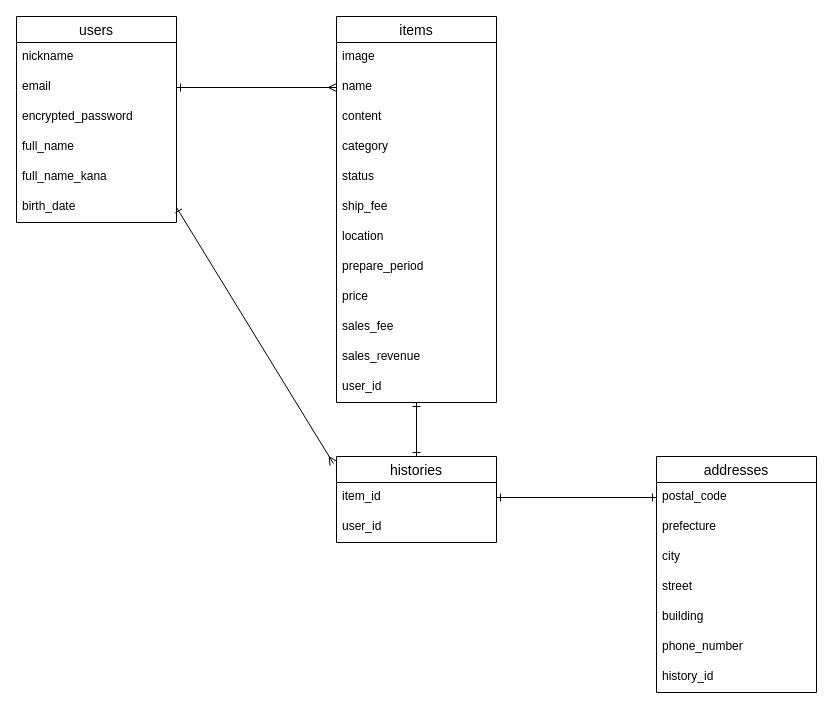
Earlier version of the draw.io diagram ER.dio (NaokiKojimaJapan/furima-40284). Source tidied: cells renumbered, new cells numbered last; positions are measured from the earlier drawing's top-left corner, leaving out a move shared by most shapes. Both pictures are drawn from the tidied source at 100%, with x=0, y=0 at pixel (16, 16).
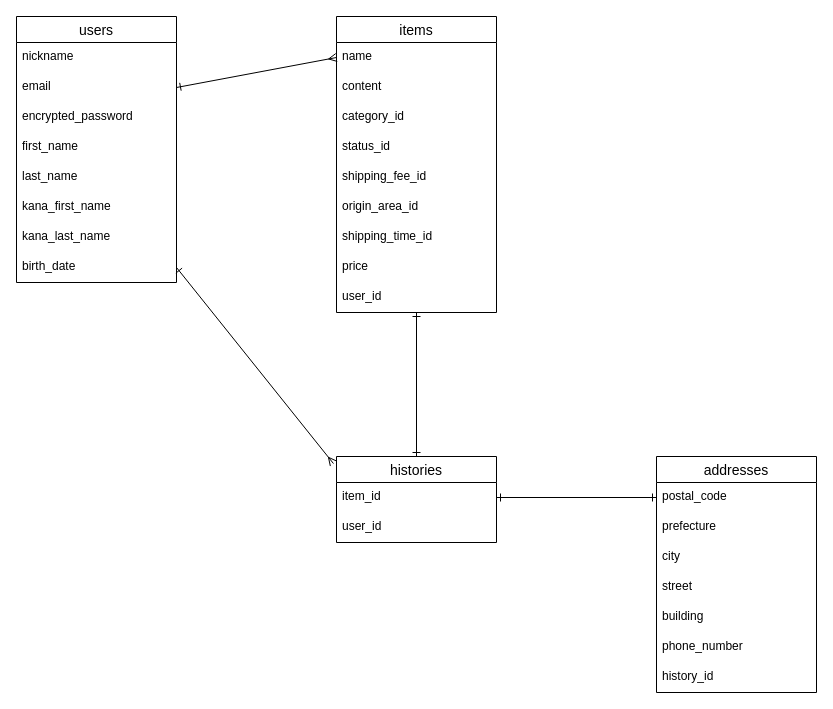
Above is the later version.

Commit message (it also covers changes not shown here):
データベース設計#2

Diff of the diagram source:
```diff
@@
     <mxCell id="2" value="users" style="swimlane;fontStyle=0;horizontal=1;startSize=26;align=center;fontSize=14;" parent="1" vertex="1">
-      <mxGeometry width="160" height="206" as="geometry" />
+      <mxGeometry width="160" height="266" as="geometry" />
     </mxCell>
@@
-    <mxCell id="6" value="full_name" style="text;strokeColor=none;fillColor=none;spacingLeft=4;spacingRight=4;overflow=hidden;fontSize=12;" parent="2" vertex="1">
+    <mxCell id="6" value="first_name" style="text;strokeColor=none;fillColor=none;spacingLeft=4;spacingRight=4;overflow=hidden;fontSize=12;" parent="2" vertex="1">
       <mxGeometry y="116" width="160" height="30" as="geometry" />
     </mxCell>
-    <mxCell id="7" value="full_name_kana" style="text;strokeColor=none;fillColor=none;spacingLeft=4;spacingRight=4;overflow=hidden;fontSize=12;" parent="2" vertex="1">
-      <mxGeometry y="146" width="160" height="30" as="geometry" />
-    </mxCell>
+    <mxCell id="37" value="last_name" style="text;strokeColor=none;fillColor=none;spacingLeft=4;spacingRight=4;overflow=hidden;fontSize=12;" parent="2" vertex="1">
+      <mxGeometry y="146" width="160" height="30" as="geometry" />
+    </mxCell>
+    <mxCell id="38" value="kana_first_name" style="text;strokeColor=none;fillColor=none;spacingLeft=4;spacingRight=4;overflow=hidden;fontSize=12;" parent="2" vertex="1">
+      <mxGeometry y="176" width="160" height="30" as="geometry" />
+    </mxCell>
+    <mxCell id="39" value="kana_last_name" style="text;strokeColor=none;fillColor=none;spacingLeft=4;spacingRight=4;overflow=hidden;fontSize=12;" parent="2" vertex="1">
+      <mxGeometry y="206" width="160" height="30" as="geometry" />
+    </mxCell>
     <mxCell id="8" value="birth_date" style="text;strokeColor=none;fillColor=none;spacingLeft=4;spacingRight=4;overflow=hidden;points=[[0,0.5],[1,0.5]];portConstraint=eastwest;fontSize=12;" parent="2" vertex="1">
-      <mxGeometry y="176" width="160" height="30" as="geometry" />
+      <mxGeometry y="236" width="160" height="30" as="geometry" />
     </mxCell>
@@
     <mxCell id="17" value="items" style="swimlane;fontStyle=0;horizontal=1;startSize=26;align=center;fontSize=14;" parent="1" vertex="1">
-      <mxGeometry x="320" width="160" height="386" as="geometry" />
+      <mxGeometry x="320" width="160" height="296" as="geometry" />
     </mxCell>
-    <mxCell id="18" value="image" style="text;strokeColor=none;fillColor=none;spacingLeft=4;spacingRight=4;overflow=hidden;fontSize=12;" parent="17" vertex="1">
-      <mxGeometry y="26" width="160" height="30" as="geometry" />
-    </mxCell>
     <mxCell id="19" value="name" style="text;strokeColor=none;fillColor=none;spacingLeft=4;spacingRight=4;overflow=hidden;points=[[0,0.5],[1,0.5]];portConstraint=eastwest;fontSize=12;" parent="17" vertex="1">
-      <mxGeometry y="56" width="160" height="30" as="geometry" />
+      <mxGeometry y="26" width="160" height="30" as="geometry" />
     </mxCell>
     <mxCell id="20" value="content" style="text;strokeColor=none;fillColor=none;spacingLeft=4;spacingRight=4;overflow=hidden;fontSize=12;" parent="17" vertex="1">
-      <mxGeometry y="86" width="160" height="30" as="geometry" />
+      <mxGeometry y="56" width="160" height="30" as="geometry" />
     </mxCell>
-    <mxCell id="21" value="category" style="text;strokeColor=none;fillColor=none;spacingLeft=4;spacingRight=4;overflow=hidden;fontSize=12;" parent="17" vertex="1">
-      <mxGeometry y="116" width="160" height="30" as="geometry" />
+    <mxCell id="21" value="category_id" style="text;strokeColor=none;fillColor=none;spacingLeft=4;spacingRight=4;overflow=hidden;fontSize=12;" parent="17" vertex="1">
+      <mxGeometry y="86" width="160" height="30" as="geometry" />
     </mxCell>
-    <mxCell id="22" value="status" style="text;strokeColor=none;fillColor=none;spacingLeft=4;spacingRight=4;overflow=hidden;fontSize=12;" parent="17" vertex="1">
-      <mxGeometry y="146" width="160" height="30" as="geometry" />
+    <mxCell id="22" value="status_id" style="text;strokeColor=none;fillColor=none;spacingLeft=4;spacingRight=4;overflow=hidden;fontSize=12;" parent="17" vertex="1">
+      <mxGeometry y="116" width="160" height="30" as="geometry" />
     </mxCell>
-    <mxCell id="23" value="ship_fee" style="text;strokeColor=none;fillColor=none;spacingLeft=4;spacingRight=4;overflow=hidden;fontSize=12;" parent="17" vertex="1">
-      <mxGeometry y="176" width="160" height="30" as="geometry" />
+    <mxCell id="23" value="shipping_fee_id" style="text;strokeColor=none;fillColor=none;spacingLeft=4;spacingRight=4;overflow=hidden;fontSize=12;" parent="17" vertex="1">
+      <mxGeometry y="146" width="160" height="30" as="geometry" />
     </mxCell>
-    <mxCell id="24" value="location" style="text;strokeColor=none;fillColor=none;spacingLeft=4;spacingRight=4;overflow=hidden;fontSize=12;" parent="17" vertex="1">
-      <mxGeometry y="206" width="160" height="30" as="geometry" />
+    <mxCell id="24" value="origin_area_id" style="text;strokeColor=none;fillColor=none;spacingLeft=4;spacingRight=4;overflow=hidden;fontSize=12;" parent="17" vertex="1">
+      <mxGeometry y="176" width="160" height="30" as="geometry" />
     </mxCell>
-    <mxCell id="25" value="prepare_period" style="text;strokeColor=none;fillColor=none;spacingLeft=4;spacingRight=4;overflow=hidden;fontSize=12;" parent="17" vertex="1">
-      <mxGeometry y="236" width="160" height="30" as="geometry" />
+    <mxCell id="25" value="shipping_time_id" style="text;strokeColor=none;fillColor=none;spacingLeft=4;spacingRight=4;overflow=hidden;fontSize=12;" parent="17" vertex="1">
+      <mxGeometry y="206" width="160" height="30" as="geometry" />
     </mxCell>
     <mxCell id="26" value="price" style="text;strokeColor=none;fillColor=none;spacingLeft=4;spacingRight=4;overflow=hidden;fontSize=12;" parent="17" vertex="1">
-      <mxGeometry y="266" width="160" height="30" as="geometry" />
+      <mxGeometry y="236" width="160" height="30" as="geometry" />
     </mxCell>
-    <mxCell id="27" value="sales_fee" style="text;strokeColor=none;fillColor=none;spacingLeft=4;spacingRight=4;overflow=hidden;fontSize=12;" parent="17" vertex="1">
-      <mxGeometry y="296" width="160" height="30" as="geometry" />
-    </mxCell>
-    <mxCell id="28" value="sales_revenue" style="text;strokeColor=none;fillColor=none;spacingLeft=4;spacingRight=4;overflow=hidden;fontSize=12;" parent="17" vertex="1">
-      <mxGeometry y="326" width="160" height="30" as="geometry" />
-    </mxCell>
     <mxCell id="29" value="user_id" style="text;strokeColor=none;fillColor=none;spacingLeft=4;spacingRight=4;overflow=hidden;points=[[0,0.5],[1,0.5]];portConstraint=eastwest;fontSize=12;" parent="17" vertex="1">
-      <mxGeometry y="356" width="160" height="30" as="geometry" />
+      <mxGeometry y="266" width="160" height="30" as="geometry" />
     </mxCell>
```
